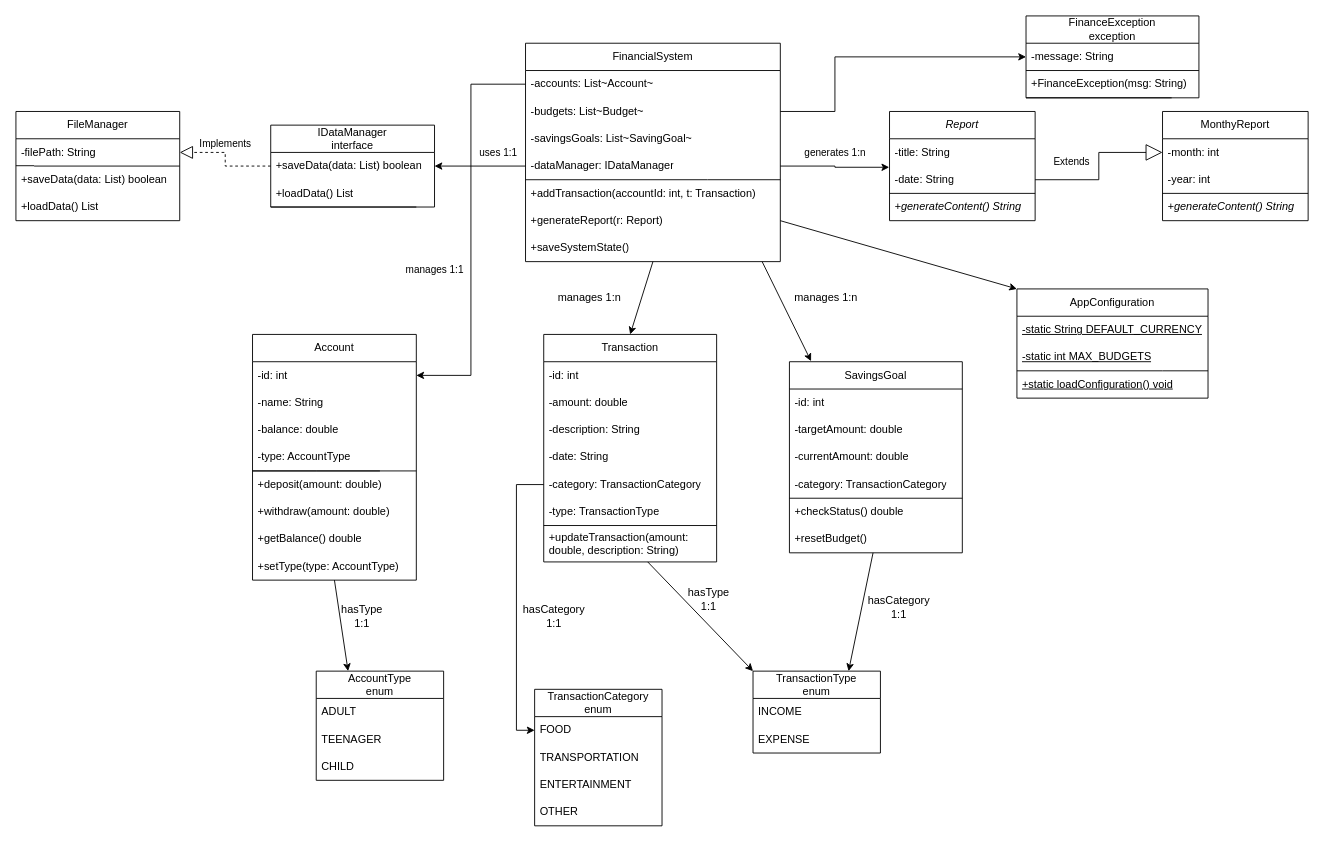
The draw.io diagram Docs/UML.drawio.xml in undeMalum/finance-manager, before the edit. Source tidied: cells renumbered, new cells numbered last; positions are measured from the earlier drawing's top-left corner, leaving out a move shared by most shapes. Both pictures are drawn from the tidied source at 91%, with x=0, y=0 at pixel (15, 15).
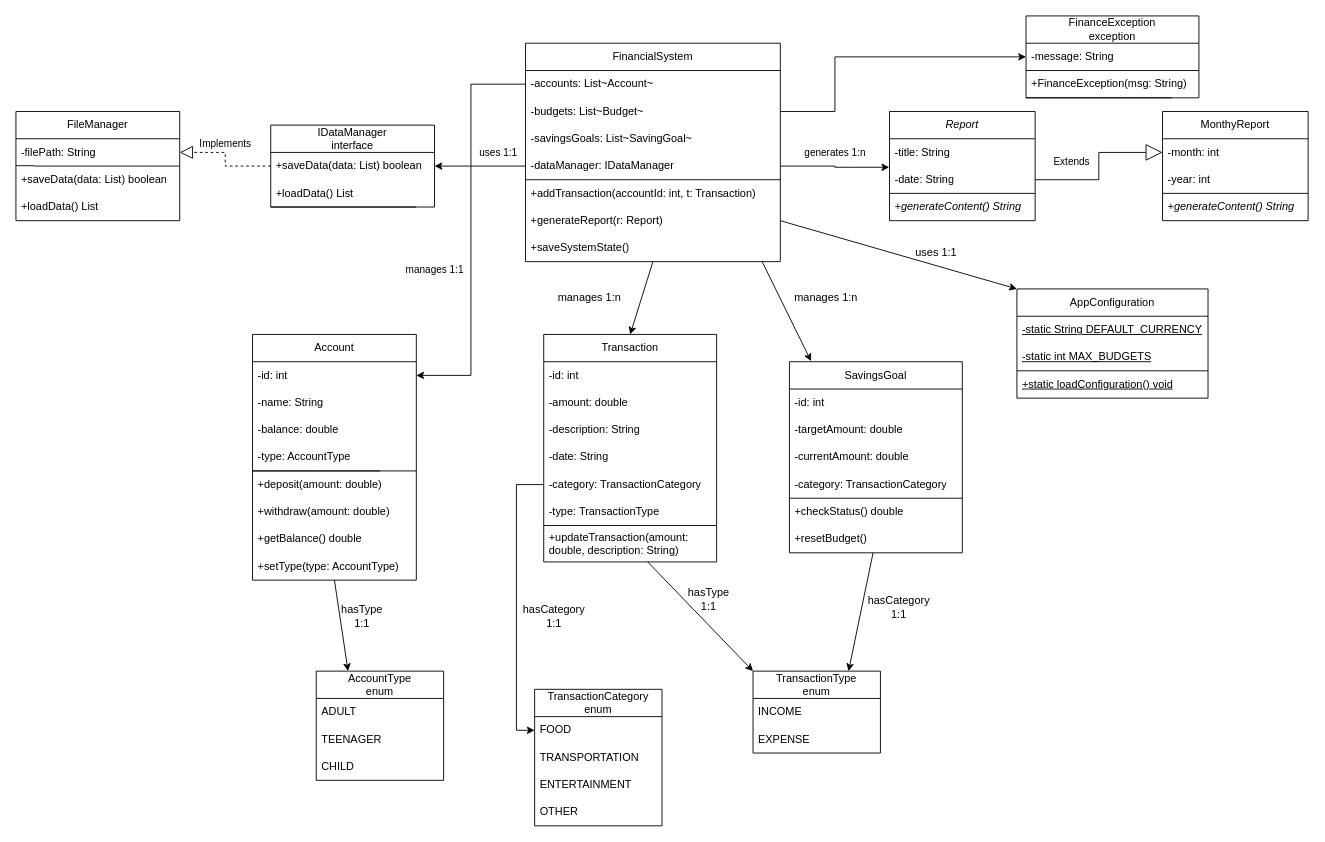
The same page after the edit.

Commit message:
feat: add conf desp

The change refers to these unchanged cells:
```xml
<mxCell id="34" value="+generateReport(r: Report)" style="text;strokeColor=none;fillColor=none;align=left;verticalAlign=middle;spacingLeft=4;spacingRight=4;overflow=hidden;points=[[0,0.5],[1,0.5]];portConstraint=eastwest;whiteSpace=wrap;html=1;fontFamily=Helvetica;fontSize=12;fontColor=default;fontStyle=0;horizontal=1;" parent="26" vertex="1">
  <mxGeometry y="180" width="280" height="30" as="geometry" />
</mxCell>
<mxCell id="56" value="AppConfiguration" style="swimlane;fontStyle=0;horizontal=1;startSize=30;whiteSpace=wrap;html=1;strokeColor=default;align=center;verticalAlign=middle;fontFamily=Helvetica;fontSize=12;fontColor=default;fillColor=default;" parent="1" vertex="1">
  <mxGeometry x="1100" y="300" width="210" height="120" as="geometry" />
</mxCell>
```

The edit, as a diff of the source:
```diff
@@
-    <mxCell id="62" style="endArrow=classic;startArrow=none;html=1;rounded=0;fontFamily=Helvetica;fontSize=12;fontColor=default;fontStyle=0;horizontal=1;entryX=0;entryY=0;entryDx=0;entryDy=0;exitX=1;exitY=0.5;exitDx=0;exitDy=0;startFill=0;" parent="1" edge="1" source="34" target="56">
-      <mxGeometry relative="1" as="geometry" />
+    <mxCell id="62" value="uses 1:1" style="endArrow=classic;startArrow=none;html=1;rounded=0;fontFamily=Helvetica;fontSize=12;fontColor=default;fontStyle=0;horizontal=1;entryX=0;entryY=0;entryDx=0;entryDy=0;exitX=1;exitY=0.5;exitDx=0;exitDy=0;startFill=0;labelBackgroundColor=none;" parent="1" edge="1" source="34" target="56">
+      <mxGeometry x="0.28" y="13" relative="1" as="geometry">
+        <mxPoint x="1" as="offset" />
+      </mxGeometry>
     </mxCell>
```
